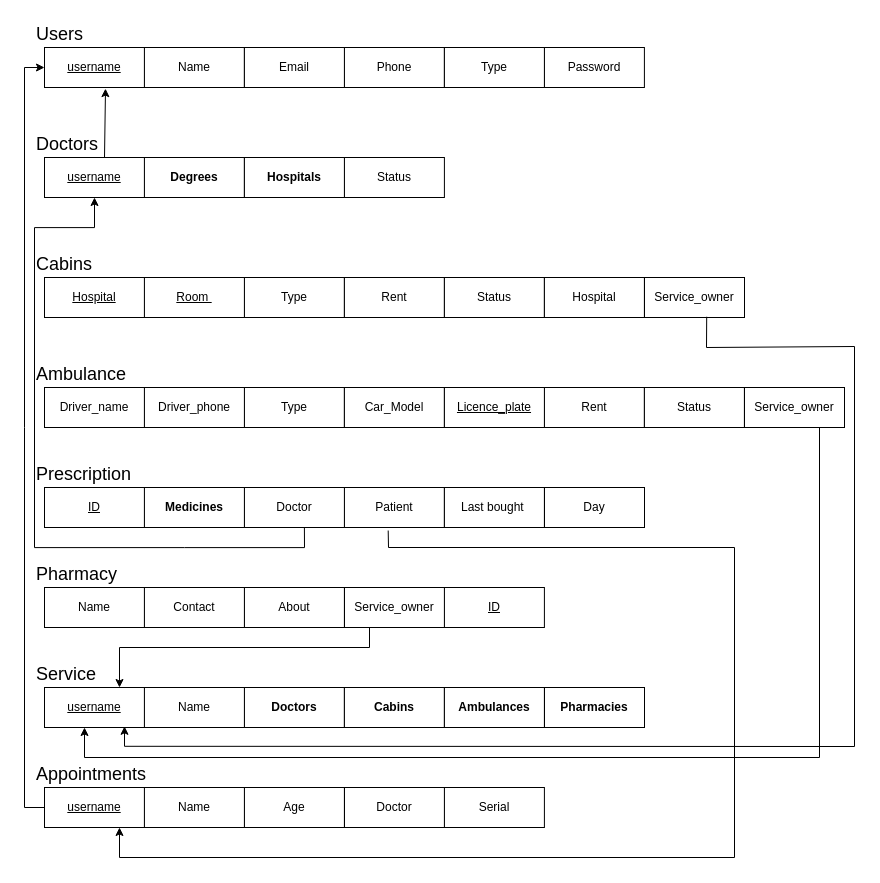
Earlier version of the draw.io diagram Untitled Diagram.drawio (asiradnan/drawio). Source tidied: cells renumbered, new cells numbered last; positions are measured from the earlier drawing's top-left corner, leaving out a move shared by most shapes. Both pictures are drawn from the tidied source at 100%, with x=0, y=0 at pixel (24, 17).
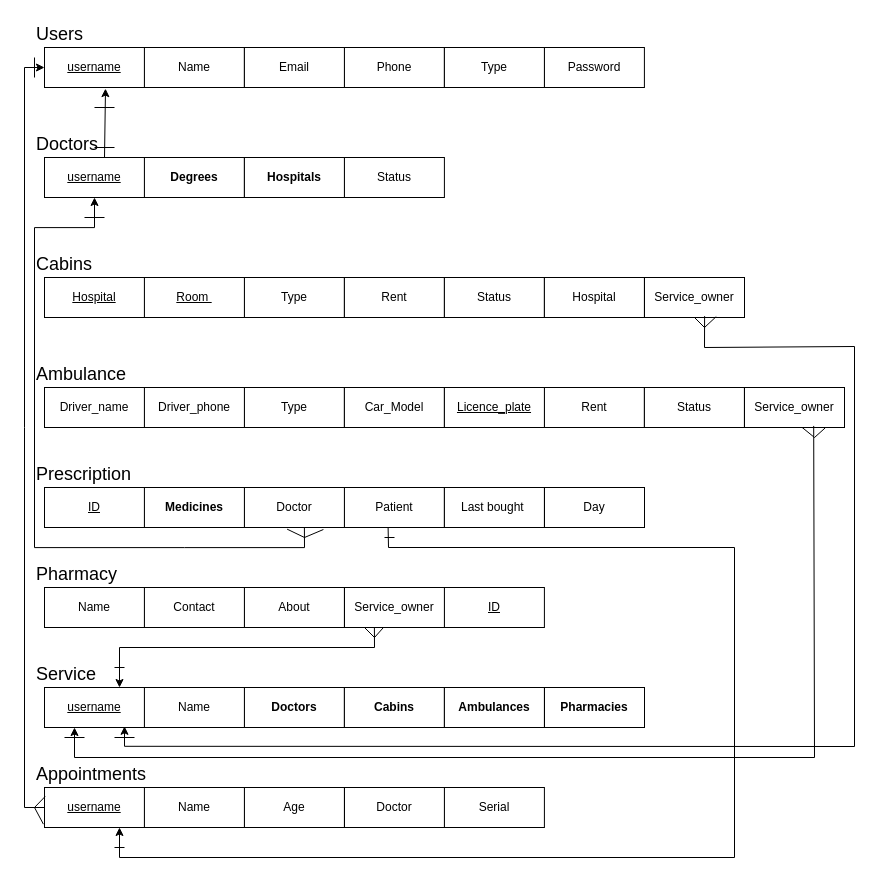
Above is the later version.

Unchanged cells that the change refers to:
```xml
<mxCell id="9" value="&lt;font style=&quot;font-size: 18px;&quot;&gt;Doctors&lt;/font&gt;" style="text;whiteSpace=wrap;html=1;" parent="1" vertex="1">
  <mxGeometry x="10" y="110" width="60" height="40" as="geometry" />
</mxCell>
<mxCell id="30" value="Patient" style="whiteSpace=wrap;html=1;align=center;" parent="1" vertex="1">
  <mxGeometry x="319.9" y="470" width="100" height="40" as="geometry" />
</mxCell>
<mxCell id="31" value="Doctor" style="whiteSpace=wrap;html=1;align=center;" parent="1" vertex="1">
  <mxGeometry x="219.9" y="470" width="100" height="40" as="geometry" />
</mxCell>
<mxCell id="40" value="&lt;u&gt;username&lt;/u&gt;" style="whiteSpace=wrap;html=1;align=center;" parent="1" vertex="1">
  <mxGeometry x="20" y="670" width="100" height="40" as="geometry" />
</mxCell>
<mxCell id="47" value="Service_owner" style="whiteSpace=wrap;html=1;align=center;" parent="1" vertex="1">
  <mxGeometry x="620" y="260" width="100" height="40" as="geometry" />
</mxCell>
<mxCell id="48" value="Service_owner" style="whiteSpace=wrap;html=1;align=center;" parent="1" vertex="1">
  <mxGeometry x="720" y="370" width="100" height="40" as="geometry" />
</mxCell>
<mxCell id="49" value="Service_owner" style="whiteSpace=wrap;html=1;align=center;" parent="1" vertex="1">
  <mxGeometry x="320" y="570" width="100" height="40" as="geometry" />
</mxCell>
<mxCell id="55" value="&lt;span style=&quot;font-size: 18px;&quot;&gt;Appointments&lt;/span&gt;" style="text;whiteSpace=wrap;html=1;" parent="1" vertex="1">
  <mxGeometry x="10" y="740" width="60" height="40" as="geometry" />
</mxCell>
<mxCell id="56" value="&lt;u&gt;username&lt;/u&gt;" style="whiteSpace=wrap;html=1;align=center;" parent="1" vertex="1">
  <mxGeometry x="20" y="770" width="100" height="40" as="geometry" />
</mxCell>
```

Diff of the diagram source:
```diff
@@
-    <mxCell id="50" style="endArrow=classic;html=1;rounded=0;entryX=0.75;entryY=1;entryDx=0;entryDy=0;exitX=0.622;exitY=0.982;exitDx=0;exitDy=0;exitPerimeter=0;" parent="1" edge="1" source="47">
+    <mxCell id="50" style="endArrow=classic;html=1;rounded=0;entryX=0.75;entryY=1;entryDx=0;entryDy=0;exitX=0.601;exitY=0.966;exitDx=0;exitDy=0;exitPerimeter=0;" parent="1" edge="1" source="47">
       <mxGeometry relative="1" as="geometry">
         <mxPoint x="100" y="708.8" as="targetPoint" />
         <Array as="points">
-          <mxPoint x="682" y="330" />
+          <mxPoint x="680" y="330" />
           <mxPoint x="830" y="329" />
           <mxPoint x="830" y="729" />
           <mxPoint x="100" y="728.8" />
         </Array>
       </mxGeometry>
     </mxCell>
-    <mxCell id="51" style="endArrow=classic;html=1;rounded=0;" parent="1" edge="1">
+    <mxCell id="51" style="endArrow=classic;html=1;rounded=0;exitX=0.692;exitY=0.961;exitDx=0;exitDy=0;exitPerimeter=0;" parent="1" edge="1" source="48">
       <mxGeometry relative="1" as="geometry">
-        <mxPoint x="795" y="410" as="sourcePoint" />
-        <mxPoint x="60" y="710" as="targetPoint" />
+        <mxPoint x="50" y="710" as="targetPoint" />
         <Array as="points">
-          <mxPoint x="795" y="740" />
-          <mxPoint x="60" y="740" />
+          <mxPoint x="790" y="740" />
+          <mxPoint x="50" y="740" />
         </Array>
       </mxGeometry>
     </mxCell>
-    <mxCell id="52" style="endArrow=classic;html=1;rounded=0;exitX=0.25;exitY=1;exitDx=0;exitDy=0;entryX=0.75;entryY=0;entryDx=0;entryDy=0;" parent="1" edge="1" source="49" target="40">
+    <mxCell id="52" style="endArrow=classic;html=1;rounded=0;exitX=0.299;exitY=0.994;exitDx=0;exitDy=0;entryX=0.75;entryY=0;entryDx=0;entryDy=0;exitPerimeter=0;" parent="1" edge="1" source="49" target="40">
       <mxGeometry relative="1" as="geometry">
         <Array as="points">
-          <mxPoint x="345" y="630" />
+          <mxPoint x="350" y="630" />
           <mxPoint x="95" y="630" />
         </Array>
       </mxGeometry>
     </mxCell>
@@
-    <mxCell id="63" style="endArrow=classic;html=1;rounded=0;exitX=0.438;exitY=1.076;exitDx=0;exitDy=0;exitPerimeter=0;entryX=0.75;entryY=1;entryDx=0;entryDy=0;" parent="1" edge="1" source="30" target="56">
+    <mxCell id="63" style="endArrow=classic;html=1;rounded=0;exitX=0.437;exitY=0.99;exitDx=0;exitDy=0;exitPerimeter=0;entryX=0.75;entryY=1;entryDx=0;entryDy=0;" parent="1" edge="1" source="30" target="56">
       <mxGeometry relative="1" as="geometry">
         <Array as="points">
           <mxPoint x="364" y="530" />
           <mxPoint x="710" y="530" />
           <mxPoint x="710" y="840" />
           <mxPoint x="95" y="840" />
         </Array>
       </mxGeometry>
     </mxCell>
+    <mxCell id="64" style="endArrow=none;html=1;rounded=0;" parent="1" edge="1">
+      <mxGeometry relative="1" as="geometry">
+        <mxPoint x="70" y="90" as="sourcePoint" />
+        <mxPoint x="90" y="90" as="targetPoint" />
+      </mxGeometry>
+    </mxCell>
+    <mxCell id="65" style="endArrow=none;html=1;rounded=0;exitX=1;exitY=0.5;exitDx=0;exitDy=0;" parent="1" edge="1" source="9">
+      <mxGeometry relative="1" as="geometry">
+        <mxPoint x="90" y="130" as="targetPoint" />
+      </mxGeometry>
+    </mxCell>
+    <mxCell id="66" style="endArrow=none;html=1;rounded=0;entryX=0.177;entryY=0.975;entryDx=0;entryDy=0;exitX=-0.011;exitY=0.916;exitDx=0;exitDy=0;exitPerimeter=0;entryPerimeter=0;" parent="1" edge="1" source="56" target="55">
+      <mxGeometry relative="1" as="geometry">
+        <Array as="points">
+          <mxPoint x="10" y="790" />
+        </Array>
+      </mxGeometry>
+    </mxCell>
+    <mxCell id="67" style="endArrow=none;html=1;rounded=0;" parent="1" edge="1">
+      <mxGeometry relative="1" as="geometry">
+        <mxPoint x="10" y="60" as="sourcePoint" />
+        <mxPoint x="10" y="40" as="targetPoint" />
+      </mxGeometry>
+    </mxCell>
+    <mxCell id="68" style="endArrow=none;html=1;rounded=0;exitX=0.427;exitY=1.041;exitDx=0;exitDy=0;exitPerimeter=0;entryX=0.79;entryY=1.05;entryDx=0;entryDy=0;entryPerimeter=0;" parent="1" edge="1" source="31" target="31">
+      <mxGeometry relative="1" as="geometry">
+        <Array as="points">
+          <mxPoint x="280" y="520" />
+        </Array>
+      </mxGeometry>
+    </mxCell>
+    <mxCell id="69" style="endArrow=none;html=1;rounded=0;" parent="1" edge="1">
+      <mxGeometry relative="1" as="geometry">
+        <mxPoint x="60" y="200" as="sourcePoint" />
+        <mxPoint x="80" y="200" as="targetPoint" />
+        <Array as="points">
+          <mxPoint x="70" y="200" />
+        </Array>
+      </mxGeometry>
+    </mxCell>
+    <mxCell id="70" style="endArrow=none;html=1;rounded=0;entryX=0.717;entryY=0.978;entryDx=0;entryDy=0;exitX=0.5;exitY=1;exitDx=0;exitDy=0;entryPerimeter=0;" parent="1" edge="1" source="47" target="47">
+      <mxGeometry relative="1" as="geometry">
+        <Array as="points">
+          <mxPoint x="680" y="310" />
+        </Array>
+      </mxGeometry>
+    </mxCell>
+    <mxCell id="71" style="endArrow=none;html=1;rounded=0;" parent="1" edge="1">
+      <mxGeometry relative="1" as="geometry">
+        <mxPoint x="90" y="720" as="sourcePoint" />
+        <mxPoint x="110" y="720" as="targetPoint" />
+      </mxGeometry>
+    </mxCell>
+    <mxCell id="72" style="endArrow=none;html=1;rounded=0;" parent="1" edge="1">
+      <mxGeometry relative="1" as="geometry">
+        <mxPoint x="90" y="650" as="sourcePoint" />
+        <mxPoint x="100" y="650" as="targetPoint" />
+      </mxGeometry>
+    </mxCell>
+    <mxCell id="73" style="endArrow=none;html=1;rounded=0;exitX=0.2;exitY=1;exitDx=0;exitDy=0;exitPerimeter=0;entryX=0.388;entryY=1.004;entryDx=0;entryDy=0;entryPerimeter=0;" parent="1" edge="1" source="49" target="49">
+      <mxGeometry relative="1" as="geometry">
+        <Array as="points">
+          <mxPoint x="350" y="620" />
+        </Array>
+      </mxGeometry>
+    </mxCell>
+    <mxCell id="74" style="endArrow=none;html=1;rounded=0;" parent="1" edge="1">
+      <mxGeometry relative="1" as="geometry">
+        <mxPoint x="40" y="720" as="sourcePoint" />
+        <mxPoint x="60" y="720" as="targetPoint" />
+      </mxGeometry>
+    </mxCell>
+    <mxCell id="75" style="endArrow=none;html=1;rounded=0;entryX=0.808;entryY=1.008;entryDx=0;entryDy=0;entryPerimeter=0;exitX=0.575;exitY=0.996;exitDx=0;exitDy=0;exitPerimeter=0;" parent="1" edge="1" source="48" target="48">
+      <mxGeometry relative="1" as="geometry">
+        <Array as="points">
+          <mxPoint x="790" y="420" />
+        </Array>
+      </mxGeometry>
+    </mxCell>
+    <mxCell id="76" style="endArrow=none;html=1;rounded=0;" parent="1" edge="1">
+      <mxGeometry relative="1" as="geometry">
+        <mxPoint x="90" y="830" as="sourcePoint" />
+        <mxPoint x="100" y="830" as="targetPoint" />
+      </mxGeometry>
+    </mxCell>
+    <mxCell id="77" style="endArrow=none;html=1;rounded=0;" parent="1" edge="1">
+      <mxGeometry relative="1" as="geometry">
+        <mxPoint x="360" y="520" as="sourcePoint" />
+        <mxPoint x="370" y="520" as="targetPoint" />
+      </mxGeometry>
+    </mxCell>
```
